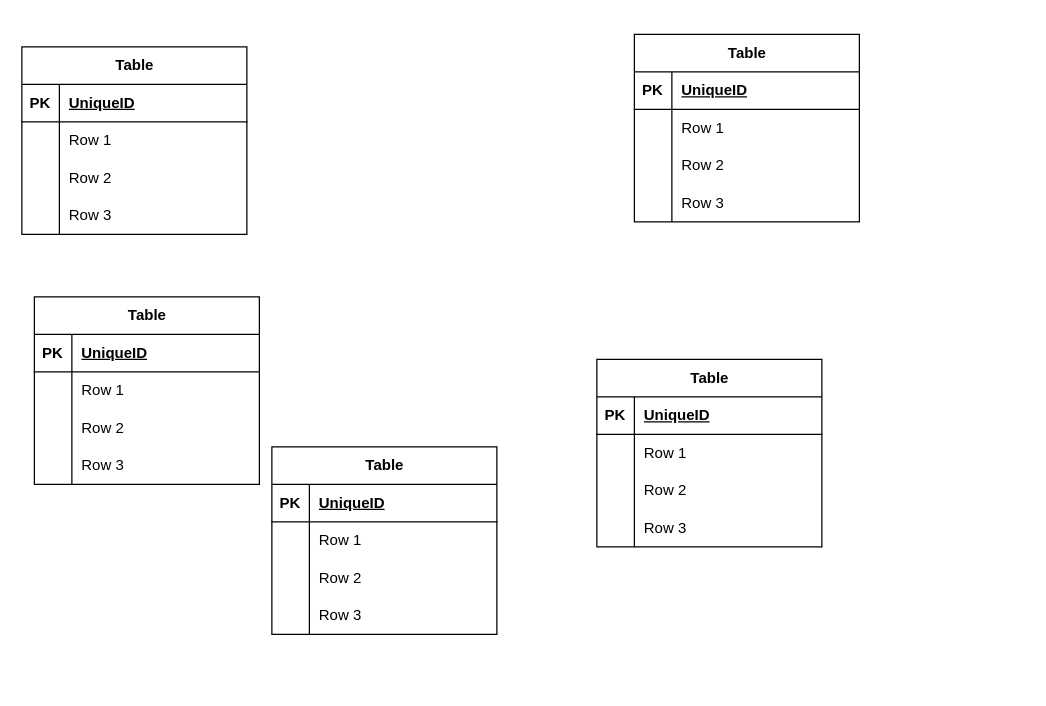
PuuGoo/tinder-dog keeps this draw.io diagram as Untitled Diagram.drawio. Above is the earlier version. Source tidied: cells renumbered, new cells numbered last; positions are measured from the earlier drawing's top-left corner, leaving out a move shared by most shapes. Both pictures are drawn from the tidied source at 125%, with x=0, y=0 at pixel (21, 34).
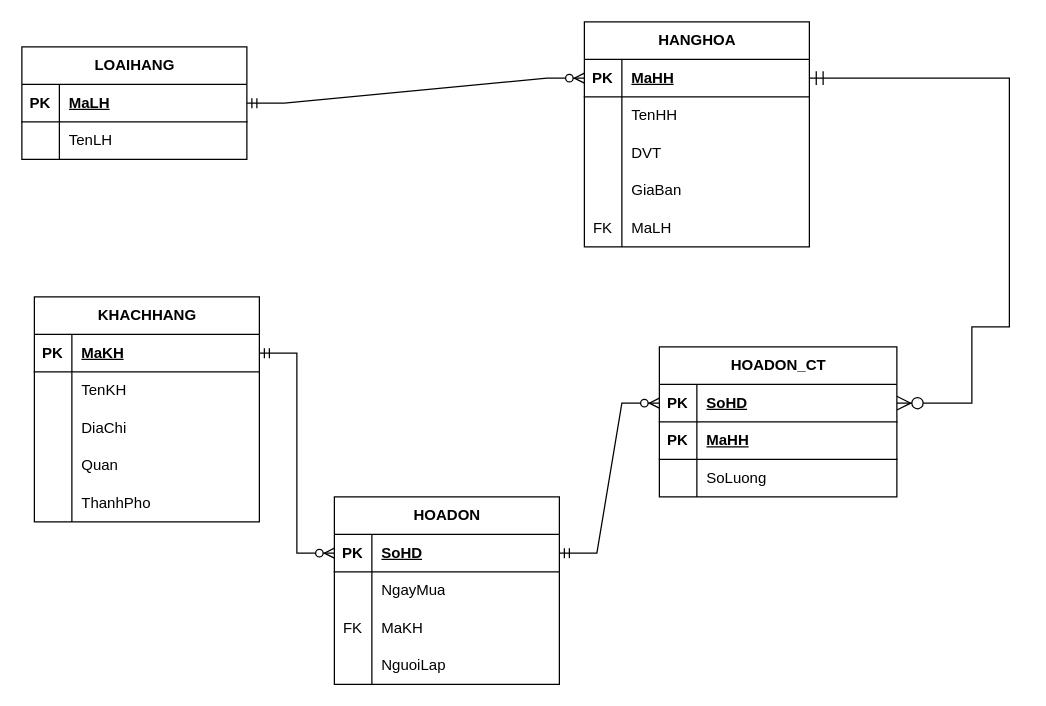
The same diagram, later.

The change refers to these unchanged cells:
```xml
<mxCell id="3" style="shape=tableRow;horizontal=0;startSize=0;swimlaneHead=0;swimlaneBody=0;fillColor=none;points=[[0,0.5],[1,0.5]];portConstraint=eastwest;top=0;left=0;right=0;bottom=1;" parent="2" vertex="1">
  <mxGeometry y="30" width="180" height="30" as="geometry" />
</mxCell>
<mxCell id="6" style="shape=tableRow;horizontal=0;startSize=0;swimlaneHead=0;swimlaneBody=0;fillColor=none;top=0;left=0;right=0;bottom=0;" parent="2" vertex="1">
  <mxGeometry y="60" width="180" height="30" as="geometry" />
</mxCell>
<mxCell id="16" style="shape=tableRow;horizontal=0;startSize=0;swimlaneHead=0;swimlaneBody=0;fillColor=none;points=[[0,0.5],[1,0.5]];portConstraint=eastwest;top=0;left=0;right=0;bottom=1;" parent="15" vertex="1">
  <mxGeometry y="30" width="180" height="30" as="geometry" />
</mxCell>
<mxCell id="19" style="shape=tableRow;horizontal=0;startSize=0;swimlaneHead=0;swimlaneBody=0;fillColor=none;top=0;left=0;right=0;bottom=0;" parent="15" vertex="1">
  <mxGeometry y="60" width="180" height="30" as="geometry" />
</mxCell>
<mxCell id="22" style="shape=tableRow;horizontal=0;startSize=0;swimlaneHead=0;swimlaneBody=0;fillColor=none;top=0;left=0;right=0;bottom=0;" parent="15" vertex="1">
  <mxGeometry y="90" width="180" height="30" as="geometry" />
</mxCell>
<mxCell id="25" style="shape=tableRow;horizontal=0;startSize=0;swimlaneHead=0;swimlaneBody=0;fillColor=none;top=0;left=0;right=0;bottom=0;" parent="15" vertex="1">
  <mxGeometry y="120" width="180" height="30" as="geometry" />
</mxCell>
<mxCell id="42" style="shape=tableRow;horizontal=0;startSize=0;swimlaneHead=0;swimlaneBody=0;fillColor=none;points=[[0,0.5],[1,0.5]];portConstraint=eastwest;top=0;left=0;right=0;bottom=1;" parent="41" vertex="1">
  <mxGeometry y="30" width="180" height="30" as="geometry" />
</mxCell>
<mxCell id="45" style="shape=tableRow;horizontal=0;startSize=0;swimlaneHead=0;swimlaneBody=0;fillColor=none;top=0;left=0;right=0;bottom=0;" parent="41" vertex="1">
  <mxGeometry y="60" width="180" height="30" as="geometry" />
</mxCell>
<mxCell id="48" style="shape=tableRow;horizontal=0;startSize=0;swimlaneHead=0;swimlaneBody=0;fillColor=none;top=0;left=0;right=0;bottom=0;" parent="41" vertex="1">
  <mxGeometry y="90" width="180" height="30" as="geometry" />
</mxCell>
<mxCell id="51" style="shape=tableRow;horizontal=0;startSize=0;swimlaneHead=0;swimlaneBody=0;fillColor=none;top=0;left=0;right=0;bottom=0;" parent="41" vertex="1">
  <mxGeometry y="120" width="180" height="30" as="geometry" />
</mxCell>
<mxCell id="55" style="shape=tableRow;horizontal=0;startSize=0;swimlaneHead=0;swimlaneBody=0;fillColor=none;points=[[0,0.5],[1,0.5]];portConstraint=eastwest;top=0;left=0;right=0;bottom=1;" parent="54" vertex="1">
  <mxGeometry y="30" width="180" height="30" as="geometry" />
</mxCell>
<mxCell id="58" style="shape=tableRow;horizontal=0;startSize=0;swimlaneHead=0;swimlaneBody=0;fillColor=none;top=0;left=0;right=0;bottom=0;" parent="54" vertex="1">
  <mxGeometry y="60" width="180" height="30" as="geometry" />
</mxCell>
<mxCell id="61" style="shape=tableRow;horizontal=0;startSize=0;swimlaneHead=0;swimlaneBody=0;fillColor=none;top=0;left=0;right=0;bottom=0;" parent="54" vertex="1">
  <mxGeometry y="90" width="180" height="30" as="geometry" />
</mxCell>
<mxCell id="64" style="shape=tableRow;horizontal=0;startSize=0;swimlaneHead=0;swimlaneBody=0;fillColor=none;top=0;left=0;right=0;bottom=0;" parent="54" vertex="1">
  <mxGeometry y="120" width="180" height="30" as="geometry" />
</mxCell>
```

Change to the diagram source:
```diff
@@
-    <mxCell id="2" value="Table" style="shape=table;startSize=30;childLayout=tableLayout;rowLines=0;fontStyle=1;align=center;html=1;" parent="1" vertex="1">
-      <mxGeometry y="10" width="180" height="150" as="geometry" />
+    <mxCell id="2" value="LOAIHANG" style="shape=table;startSize=30;childLayout=tableLayout;rowLines=0;fontStyle=1;align=center;html=1;" parent="1" vertex="1">
+      <mxGeometry y="10" width="180" height="90" as="geometry" />
     </mxCell>
@@
-    <mxCell id="5" value="UniqueID" style="shape=partialRectangle;fillColor=none;top=0;left=0;bottom=0;right=0;align=left;spacingLeft=6;fontStyle=5;overflow=hidden;whiteSpace=wrap;html=1;" parent="3" vertex="1">
+    <mxCell id="5" value="MaLH" style="shape=partialRectangle;fillColor=none;top=0;left=0;bottom=0;right=0;align=left;spacingLeft=6;fontStyle=5;overflow=hidden;whiteSpace=wrap;html=1;" parent="3" vertex="1">
       <mxGeometry x="30" width="150" height="30" as="geometry" />
     </mxCell>
@@
-    <mxCell id="8" value="Row 1" style="shape=partialRectangle;fillColor=none;top=0;left=0;bottom=0;right=0;align=left;spacingLeft=6;overflow=hidden;whiteSpace=wrap;html=1;" parent="6" vertex="1">
+    <mxCell id="8" value="TenLH" style="shape=partialRectangle;fillColor=none;top=0;left=0;bottom=0;right=0;align=left;spacingLeft=6;overflow=hidden;whiteSpace=wrap;html=1;" parent="6" vertex="1">
       <mxGeometry x="30" width="150" height="30" as="geometry" />
     </mxCell>
-    <mxCell id="9" style="shape=tableRow;horizontal=0;startSize=0;swimlaneHead=0;swimlaneBody=0;fillColor=none;top=0;left=0;right=0;bottom=0;" parent="2" vertex="1">
-      <mxGeometry y="90" width="180" height="30" as="geometry" />
-    </mxCell>
-    <mxCell id="10" style="shape=partialRectangle;fillColor=none;top=0;left=0;bottom=0;right=0;overflow=hidden;whiteSpace=wrap;html=1;" parent="9" vertex="1">
-      <mxGeometry width="30" height="30" as="geometry" />
-    </mxCell>
-    <mxCell id="11" value="Row 2" style="shape=partialRectangle;fillColor=none;top=0;left=0;bottom=0;right=0;align=left;spacingLeft=6;overflow=hidden;whiteSpace=wrap;html=1;" parent="9" vertex="1">
-      <mxGeometry x="30" width="150" height="30" as="geometry" />
-    </mxCell>
-    <mxCell id="12" style="shape=tableRow;horizontal=0;startSize=0;swimlaneHead=0;swimlaneBody=0;fillColor=none;top=0;left=0;right=0;bottom=0;" parent="2" vertex="1">
-      <mxGeometry y="120" width="180" height="30" as="geometry" />
-    </mxCell>
-    <mxCell id="13" style="shape=partialRectangle;fillColor=none;top=0;left=0;bottom=0;right=0;overflow=hidden;whiteSpace=wrap;html=1;" parent="12" vertex="1">
-      <mxGeometry width="30" height="30" as="geometry" />
-    </mxCell>
-    <mxCell id="14" value="Row 3" style="shape=partialRectangle;fillColor=none;top=0;left=0;bottom=0;right=0;align=left;spacingLeft=6;overflow=hidden;whiteSpace=wrap;html=1;" parent="12" vertex="1">
-      <mxGeometry x="30" width="150" height="30" as="geometry" />
-    </mxCell>
-    <mxCell id="15" value="Table" style="shape=table;startSize=30;childLayout=tableLayout;rowLines=0;fontStyle=1;align=center;html=1;" parent="1" vertex="1">
-      <mxGeometry x="490" width="180" height="150" as="geometry" />
+    <mxCell id="15" value="HANGHOA" style="shape=table;startSize=30;childLayout=tableLayout;rowLines=0;fontStyle=1;align=center;html=1;" parent="1" vertex="1">
+      <mxGeometry x="450" y="-10" width="180" height="180" as="geometry" />
     </mxCell>
@@
-    <mxCell id="18" value="UniqueID" style="shape=partialRectangle;fillColor=none;top=0;left=0;bottom=0;right=0;align=left;spacingLeft=6;fontStyle=5;overflow=hidden;whiteSpace=wrap;html=1;" parent="16" vertex="1">
+    <mxCell id="18" value="MaHH" style="shape=partialRectangle;fillColor=none;top=0;left=0;bottom=0;right=0;align=left;spacingLeft=6;fontStyle=5;overflow=hidden;whiteSpace=wrap;html=1;" parent="16" vertex="1">
       <mxGeometry x="30" width="150" height="30" as="geometry" />
     </mxCell>
@@
-    <mxCell id="21" value="Row 1" style="shape=partialRectangle;fillColor=none;top=0;left=0;bottom=0;right=0;align=left;spacingLeft=6;overflow=hidden;whiteSpace=wrap;html=1;" parent="19" vertex="1">
+    <mxCell id="21" value="TenHH" style="shape=partialRectangle;fillColor=none;top=0;left=0;bottom=0;right=0;align=left;spacingLeft=6;overflow=hidden;whiteSpace=wrap;html=1;" parent="19" vertex="1">
       <mxGeometry x="30" width="150" height="30" as="geometry" />
     </mxCell>
@@
-    <mxCell id="24" value="Row 2" style="shape=partialRectangle;fillColor=none;top=0;left=0;bottom=0;right=0;align=left;spacingLeft=6;overflow=hidden;whiteSpace=wrap;html=1;" parent="22" vertex="1">
+    <mxCell id="24" value="DVT" style="shape=partialRectangle;fillColor=none;top=0;left=0;bottom=0;right=0;align=left;spacingLeft=6;overflow=hidden;whiteSpace=wrap;html=1;" parent="22" vertex="1">
       <mxGeometry x="30" width="150" height="30" as="geometry" />
     </mxCell>
@@
-    <mxCell id="27" value="Row 3" style="shape=partialRectangle;fillColor=none;top=0;left=0;bottom=0;right=0;align=left;spacingLeft=6;overflow=hidden;whiteSpace=wrap;html=1;" parent="25" vertex="1">
+    <mxCell id="27" value="GiaBan" style="shape=partialRectangle;fillColor=none;top=0;left=0;bottom=0;right=0;align=left;spacingLeft=6;overflow=hidden;whiteSpace=wrap;html=1;" parent="25" vertex="1">
       <mxGeometry x="30" width="150" height="30" as="geometry" />
     </mxCell>
+    <mxCell id="67" style="shape=tableRow;horizontal=0;startSize=0;swimlaneHead=0;swimlaneBody=0;fillColor=none;top=0;left=0;right=0;bottom=0;" parent="15" vertex="1">
+      <mxGeometry y="150" width="180" height="30" as="geometry" />
+    </mxCell>
+    <mxCell id="68" value="FK" style="shape=partialRectangle;fillColor=none;top=0;left=0;bottom=0;right=0;overflow=hidden;whiteSpace=wrap;html=1;" parent="67" vertex="1">
+      <mxGeometry width="30" height="30" as="geometry" />
+    </mxCell>
+    <mxCell id="69" value="MaLH" style="shape=partialRectangle;fillColor=none;top=0;left=0;bottom=0;right=0;align=left;spacingLeft=6;overflow=hidden;whiteSpace=wrap;html=1;" parent="67" vertex="1">
+      <mxGeometry x="30" width="150" height="30" as="geometry" />
+    </mxCell>
+    <mxCell id="70" style="edgeStyle=orthogonalEdgeStyle;rounded=0;orthogonalLoop=1;jettySize=auto;html=1;exitX=1;exitY=0.5;exitDx=0;exitDy=0;" parent="15" edge="1" source="16" target="16">
+      <mxGeometry relative="1" as="geometry" />
+    </mxCell>
-    <mxCell id="28" value="Table" style="shape=table;startSize=30;childLayout=tableLayout;rowLines=0;fontStyle=1;align=center;html=1;" parent="1" vertex="1">
-      <mxGeometry x="460" y="260" width="180" height="150" as="geometry" />
+    <mxCell id="28" value="HOADON_CT" style="shape=table;startSize=30;childLayout=tableLayout;rowLines=0;fontStyle=1;align=center;html=1;" parent="1" vertex="1">
+      <mxGeometry x="510" y="250" width="190" height="120" as="geometry" />
     </mxCell>
     <mxCell id="29" style="shape=tableRow;horizontal=0;startSize=0;swimlaneHead=0;swimlaneBody=0;fillColor=none;points=[[0,0.5],[1,0.5]];portConstraint=eastwest;top=0;left=0;right=0;bottom=1;" parent="28" vertex="1">
-      <mxGeometry y="30" width="180" height="30" as="geometry" />
+      <mxGeometry y="30" width="190" height="30" as="geometry" />
     </mxCell>
@@
-    <mxCell id="31" value="UniqueID" style="shape=partialRectangle;fillColor=none;top=0;left=0;bottom=0;right=0;align=left;spacingLeft=6;fontStyle=5;overflow=hidden;whiteSpace=wrap;html=1;" parent="29" vertex="1">
-      <mxGeometry x="30" width="150" height="30" as="geometry" />
+    <mxCell id="31" value="SoHD" style="shape=partialRectangle;fillColor=none;top=0;left=0;bottom=0;right=0;align=left;spacingLeft=6;fontStyle=5;overflow=hidden;whiteSpace=wrap;html=1;" parent="29" vertex="1">
+      <mxGeometry x="30" width="160" height="30" as="geometry" />
     </mxCell>
+    <mxCell id="71" style="shape=tableRow;horizontal=0;startSize=0;swimlaneHead=0;swimlaneBody=0;fillColor=none;top=0;left=0;right=0;bottom=1;" parent="28" vertex="1">
+      <mxGeometry y="60" width="190" height="30" as="geometry" />
+    </mxCell>
+    <mxCell id="72" value="PK" style="shape=partialRectangle;fillColor=none;top=0;left=0;bottom=0;right=0;fontStyle=1;overflow=hidden;whiteSpace=wrap;html=1;" parent="71" vertex="1">
+      <mxGeometry width="30" height="30" as="geometry" />
+    </mxCell>
+    <mxCell id="73" value="MaHH" style="shape=partialRectangle;fillColor=none;top=0;left=0;bottom=0;right=0;align=left;spacingLeft=6;fontStyle=5;overflow=hidden;whiteSpace=wrap;html=1;" parent="71" vertex="1">
+      <mxGeometry x="30" width="160" height="30" as="geometry" />
+    </mxCell>
     <mxCell id="32" style="shape=tableRow;horizontal=0;startSize=0;swimlaneHead=0;swimlaneBody=0;fillColor=none;top=0;left=0;right=0;bottom=0;" parent="28" vertex="1">
-      <mxGeometry y="60" width="180" height="30" as="geometry" />
+      <mxGeometry y="90" width="190" height="30" as="geometry" />
     </mxCell>
@@
-    <mxCell id="34" value="Row 1" style="shape=partialRectangle;fillColor=none;top=0;left=0;bottom=0;right=0;align=left;spacingLeft=6;overflow=hidden;whiteSpace=wrap;html=1;" parent="32" vertex="1">
-      <mxGeometry x="30" width="150" height="30" as="geometry" />
+    <mxCell id="34" value="SoLuong" style="shape=partialRectangle;fillColor=none;top=0;left=0;bottom=0;right=0;align=left;spacingLeft=6;overflow=hidden;whiteSpace=wrap;html=1;" parent="32" vertex="1">
+      <mxGeometry x="30" width="160" height="30" as="geometry" />
     </mxCell>
-    <mxCell id="35" style="shape=tableRow;horizontal=0;startSize=0;swimlaneHead=0;swimlaneBody=0;fillColor=none;top=0;left=0;right=0;bottom=0;" parent="28" vertex="1">
-      <mxGeometry y="90" width="180" height="30" as="geometry" />
-    </mxCell>
-    <mxCell id="36" style="shape=partialRectangle;fillColor=none;top=0;left=0;bottom=0;right=0;overflow=hidden;whiteSpace=wrap;html=1;" parent="35" vertex="1">
-      <mxGeometry width="30" height="30" as="geometry" />
-    </mxCell>
-    <mxCell id="37" value="Row 2" style="shape=partialRectangle;fillColor=none;top=0;left=0;bottom=0;right=0;align=left;spacingLeft=6;overflow=hidden;whiteSpace=wrap;html=1;" parent="35" vertex="1">
-      <mxGeometry x="30" width="150" height="30" as="geometry" />
-    </mxCell>
-    <mxCell id="38" style="shape=tableRow;horizontal=0;startSize=0;swimlaneHead=0;swimlaneBody=0;fillColor=none;top=0;left=0;right=0;bottom=0;" parent="28" vertex="1">
-      <mxGeometry y="120" width="180" height="30" as="geometry" />
-    </mxCell>
-    <mxCell id="39" style="shape=partialRectangle;fillColor=none;top=0;left=0;bottom=0;right=0;overflow=hidden;whiteSpace=wrap;html=1;" parent="38" vertex="1">
-      <mxGeometry width="30" height="30" as="geometry" />
-    </mxCell>
-    <mxCell id="40" value="Row 3" style="shape=partialRectangle;fillColor=none;top=0;left=0;bottom=0;right=0;align=left;spacingLeft=6;overflow=hidden;whiteSpace=wrap;html=1;" parent="38" vertex="1">
-      <mxGeometry x="30" width="150" height="30" as="geometry" />
-    </mxCell>
-    <mxCell id="41" value="Table" style="shape=table;startSize=30;childLayout=tableLayout;rowLines=0;fontStyle=1;align=center;html=1;" parent="1" vertex="1">
-      <mxGeometry x="200" y="330" width="180" height="150" as="geometry" />
+    <mxCell id="41" value="HOADON" style="shape=table;startSize=30;childLayout=tableLayout;rowLines=0;fontStyle=1;align=center;html=1;" parent="1" vertex="1">
+      <mxGeometry x="250" y="370" width="180" height="150" as="geometry" />
     </mxCell>
@@
-    <mxCell id="44" value="UniqueID" style="shape=partialRectangle;fillColor=none;top=0;left=0;bottom=0;right=0;align=left;spacingLeft=6;fontStyle=5;overflow=hidden;whiteSpace=wrap;html=1;" parent="42" vertex="1">
+    <mxCell id="44" value="SoHD" style="shape=partialRectangle;fillColor=none;top=0;left=0;bottom=0;right=0;align=left;spacingLeft=6;fontStyle=5;overflow=hidden;whiteSpace=wrap;html=1;" parent="42" vertex="1">
       <mxGeometry x="30" width="150" height="30" as="geometry" />
     </mxCell>
@@
-    <mxCell id="47" value="Row 1" style="shape=partialRectangle;fillColor=none;top=0;left=0;bottom=0;right=0;align=left;spacingLeft=6;overflow=hidden;whiteSpace=wrap;html=1;" parent="45" vertex="1">
+    <mxCell id="47" value="NgayMua" style="shape=partialRectangle;fillColor=none;top=0;left=0;bottom=0;right=0;align=left;spacingLeft=6;overflow=hidden;whiteSpace=wrap;html=1;" parent="45" vertex="1">
       <mxGeometry x="30" width="150" height="30" as="geometry" />
     </mxCell>
@@
-    <mxCell id="49" style="shape=partialRectangle;fillColor=none;top=0;left=0;bottom=0;right=0;overflow=hidden;whiteSpace=wrap;html=1;" parent="48" vertex="1">
+    <mxCell id="49" value="FK" style="shape=partialRectangle;fillColor=none;top=0;left=0;bottom=0;right=0;overflow=hidden;whiteSpace=wrap;html=1;" parent="48" vertex="1">
       <mxGeometry width="30" height="30" as="geometry" />
     </mxCell>
-    <mxCell id="50" value="Row 2" style="shape=partialRectangle;fillColor=none;top=0;left=0;bottom=0;right=0;align=left;spacingLeft=6;overflow=hidden;whiteSpace=wrap;html=1;" parent="48" vertex="1">
+    <mxCell id="50" value="MaKH" style="shape=partialRectangle;fillColor=none;top=0;left=0;bottom=0;right=0;align=left;spacingLeft=6;overflow=hidden;whiteSpace=wrap;html=1;" parent="48" vertex="1">
       <mxGeometry x="30" width="150" height="30" as="geometry" />
     </mxCell>
@@
-    <mxCell id="53" value="Row 3" style="shape=partialRectangle;fillColor=none;top=0;left=0;bottom=0;right=0;align=left;spacingLeft=6;overflow=hidden;whiteSpace=wrap;html=1;" parent="51" vertex="1">
+    <mxCell id="53" value="NguoiLap" style="shape=partialRectangle;fillColor=none;top=0;left=0;bottom=0;right=0;align=left;spacingLeft=6;overflow=hidden;whiteSpace=wrap;html=1;" parent="51" vertex="1">
       <mxGeometry x="30" width="150" height="30" as="geometry" />
     </mxCell>
-    <mxCell id="54" value="Table" style="shape=table;startSize=30;childLayout=tableLayout;rowLines=0;fontStyle=1;align=center;html=1;" parent="1" vertex="1">
-      <mxGeometry x="10" y="210" width="180" height="150" as="geometry" />
+    <mxCell id="54" value="KHACHHANG" style="shape=table;startSize=30;childLayout=tableLayout;rowLines=0;fontStyle=1;align=center;html=1;" parent="1" vertex="1">
+      <mxGeometry x="10" y="210" width="180" height="180" as="geometry" />
     </mxCell>
@@
-    <mxCell id="57" value="UniqueID" style="shape=partialRectangle;fillColor=none;top=0;left=0;bottom=0;right=0;align=left;spacingLeft=6;fontStyle=5;overflow=hidden;whiteSpace=wrap;html=1;" parent="55" vertex="1">
+    <mxCell id="57" value="MaKH" style="shape=partialRectangle;fillColor=none;top=0;left=0;bottom=0;right=0;align=left;spacingLeft=6;fontStyle=5;overflow=hidden;whiteSpace=wrap;html=1;" parent="55" vertex="1">
       <mxGeometry x="30" width="150" height="30" as="geometry" />
     </mxCell>
@@
-    <mxCell id="60" value="Row 1" style="shape=partialRectangle;fillColor=none;top=0;left=0;bottom=0;right=0;align=left;spacingLeft=6;overflow=hidden;whiteSpace=wrap;html=1;" parent="58" vertex="1">
+    <mxCell id="60" value="TenKH" style="shape=partialRectangle;fillColor=none;top=0;left=0;bottom=0;right=0;align=left;spacingLeft=6;overflow=hidden;whiteSpace=wrap;html=1;" parent="58" vertex="1">
       <mxGeometry x="30" width="150" height="30" as="geometry" />
     </mxCell>
@@
-    <mxCell id="63" value="Row 2" style="shape=partialRectangle;fillColor=none;top=0;left=0;bottom=0;right=0;align=left;spacingLeft=6;overflow=hidden;whiteSpace=wrap;html=1;" parent="61" vertex="1">
+    <mxCell id="63" value="DiaChi" style="shape=partialRectangle;fillColor=none;top=0;left=0;bottom=0;right=0;align=left;spacingLeft=6;overflow=hidden;whiteSpace=wrap;html=1;" parent="61" vertex="1">
       <mxGeometry x="30" width="150" height="30" as="geometry" />
     </mxCell>
@@
-    <mxCell id="66" value="Row 3" style="shape=partialRectangle;fillColor=none;top=0;left=0;bottom=0;right=0;align=left;spacingLeft=6;overflow=hidden;whiteSpace=wrap;html=1;" parent="64" vertex="1">
+    <mxCell id="66" value="Quan" style="shape=partialRectangle;fillColor=none;top=0;left=0;bottom=0;right=0;align=left;spacingLeft=6;overflow=hidden;whiteSpace=wrap;html=1;" parent="64" vertex="1">
       <mxGeometry x="30" width="150" height="30" as="geometry" />
     </mxCell>
+    <mxCell id="74" style="shape=tableRow;horizontal=0;startSize=0;swimlaneHead=0;swimlaneBody=0;fillColor=none;top=0;left=0;right=0;bottom=0;" parent="54" vertex="1">
+      <mxGeometry y="150" width="180" height="30" as="geometry" />
+    </mxCell>
+    <mxCell id="75" style="shape=partialRectangle;fillColor=none;top=0;left=0;bottom=0;right=0;overflow=hidden;whiteSpace=wrap;html=1;" parent="74" vertex="1">
+      <mxGeometry width="30" height="30" as="geometry" />
+    </mxCell>
+    <mxCell id="76" value="ThanhPho" style="shape=partialRectangle;fillColor=none;top=0;left=0;bottom=0;right=0;align=left;spacingLeft=6;overflow=hidden;whiteSpace=wrap;html=1;" parent="74" vertex="1">
+      <mxGeometry x="30" width="150" height="30" as="geometry" />
+    </mxCell>
+    <mxCell id="77" style="edgeStyle=entityRelationEdgeStyle;fontSize=12;html=1;endArrow=ERzeroToMany;startArrow=ERmandOne;rounded=0;" parent="1" edge="1" source="3" target="16">
+      <mxGeometry relative="1" as="geometry" />
+    </mxCell>
+    <mxCell id="78" style="edgeStyle=entityRelationEdgeStyle;fontSize=12;html=1;endArrow=ERzeroToMany;startArrow=ERmandOne;rounded=0;entryX=0;entryY=0.5;entryDx=0;entryDy=0;" parent="1" edge="1" source="55" target="42">
+      <mxGeometry relative="1" as="geometry" />
+    </mxCell>
+    <mxCell id="79" style="fontSize=12;html=1;endArrow=ERzeroToMany;startArrow=ERmandOne;rounded=0;exitX=1;exitY=0.5;exitDx=0;exitDy=0;entryX=1;entryY=0.5;entryDx=0;entryDy=0;edgeStyle=orthogonalEdgeStyle;endSize=9;startSize=9;" parent="1" edge="1" source="16" target="29">
+      <mxGeometry relative="1" as="geometry">
+        <Array as="points">
+          <mxPoint x="790" y="35" />
+          <mxPoint x="790" y="234" />
+          <mxPoint x="760" y="234" />
+        </Array>
+      </mxGeometry>
+    </mxCell>
+    <mxCell id="80" style="edgeStyle=entityRelationEdgeStyle;fontSize=12;html=1;endArrow=ERzeroToMany;startArrow=ERmandOne;rounded=0;exitX=1;exitY=0.5;exitDx=0;exitDy=0;entryX=0;entryY=0.5;entryDx=0;entryDy=0;" parent="1" edge="1" source="42" target="29">
+      <mxGeometry relative="1" as="geometry" />
+    </mxCell>
```
